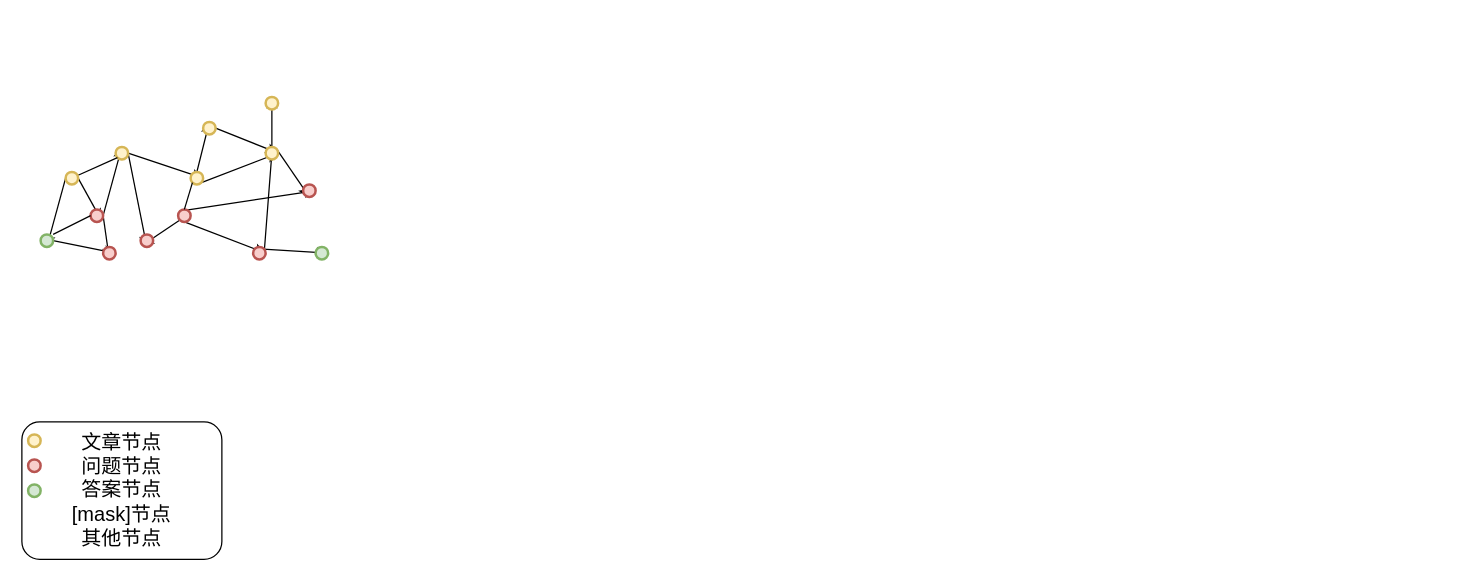
Earlier version of the draw.io diagram img/未命名绘图.drawio (Chenjingxue/ubiquitous-octo-garbanzo). Source tidied: cells renumbered, new cells numbered last; positions are measured from the earlier drawing's top-left corner, leaving out a move shared by most shapes. Both pictures are drawn from the tidied source at 125%, with x=0, y=0 at pixel (21, 96).
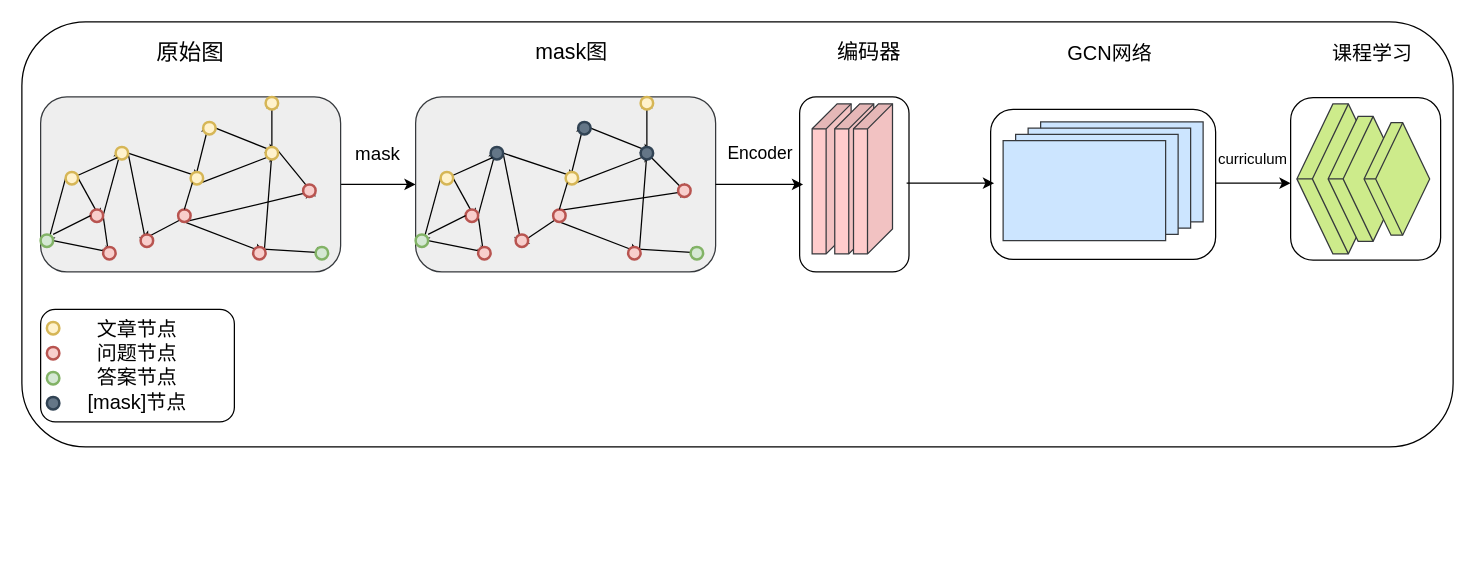
The same diagram, later.

Commit message:
更新未命名绘图.drawio

The change refers to these unchanged cells:
```xml
<mxCell id="16" style="strokeWidth=2;html=1;shape=mxgraph.flowchart.start_2;whiteSpace=wrap;fillColor=#f8cecc;strokeColor=#b85450;" parent="1" vertex="1">
  <mxGeometry x="125" y="90" width="10" height="10" as="geometry" />
</mxCell>
<mxCell id="31" style="strokeWidth=2;html=1;shape=mxgraph.flowchart.start_2;whiteSpace=wrap;fillColor=#fff2cc;strokeColor=#d6b656;" parent="1" vertex="1">
  <mxGeometry x="195" y="40" width="10" height="10" as="geometry" />
</mxCell>
<mxCell id="33" style="strokeWidth=2;html=1;shape=mxgraph.flowchart.start_2;whiteSpace=wrap;fillColor=#f8cecc;strokeColor=#b85450;" parent="1" vertex="1">
  <mxGeometry x="225" y="70" width="10" height="10" as="geometry" />
</mxCell>
<mxCell id="36" style="strokeWidth=2;html=1;shape=mxgraph.flowchart.start_2;whiteSpace=wrap;spacingRight=0;fillColor=#f8cecc;strokeColor=#b85450;" parent="1" vertex="1">
  <mxGeometry x="95" y="110" width="10" height="10" as="geometry" />
</mxCell>
```

The edit, as a diff of the source:
```diff
@@
+    <mxCell id="40" style="rounded=1;whiteSpace=wrap;html=1;" parent="1" vertex="1">
+      <mxGeometry y="-60" width="1145" height="340" as="geometry" />
+    </mxCell>
+    <mxCell id="41" style="rounded=1;whiteSpace=wrap;html=1;" parent="1" vertex="1">
+      <mxGeometry x="1015" y="0.6" width="120" height="130" as="geometry" />
+    </mxCell>
+    <mxCell id="42" style="rounded=1;whiteSpace=wrap;html=1;" parent="1" vertex="1">
+      <mxGeometry x="775" y="10" width="180" height="120" as="geometry" />
+    </mxCell>
+    <mxCell id="43" style="rounded=1;whiteSpace=wrap;html=1;" parent="1" vertex="1">
+      <mxGeometry x="622.2" width="87.5" height="140" as="geometry" />
+    </mxCell>
+    <mxCell id="44" style="edgeStyle=none;rounded=0;jettySize=auto;html=1;exitX=1;exitY=0.5;exitDx=0;exitDy=0;entryX=0;entryY=0.5;entryDx=0;entryDy=0;" parent="1" edge="1" source="45" target="47">
+      <mxGeometry relative="1" as="geometry" />
+    </mxCell>
+    <mxCell id="45" style="rounded=1;whiteSpace=wrap;html=1;fillColor=#eeeeee;strokeColor=#36393d;" parent="1" vertex="1">
+      <mxGeometry x="15" width="240" height="140" as="geometry" />
+    </mxCell>
-    <mxCell id="2" value="&lt;font style=&quot;font-size: 16px;&quot;&gt;文章节点&lt;br&gt;问题节点&lt;br&gt;答案节点&lt;br&gt;[mask]节点&lt;br&gt;其他节点&lt;/font&gt;" style="rounded=1;whiteSpace=wrap;html=1;arcSize=13;verticalAlign=top;align=center;" parent="1" vertex="1">
-      <mxGeometry y="260" width="160" height="110" as="geometry" />
+    <mxCell id="2" value="&lt;font style=&quot;font-size: 16px;&quot;&gt;文章节点&lt;br&gt;问题节点&lt;br&gt;答案节点&lt;br&gt;[mask]节点&lt;br&gt;&lt;br&gt;&lt;/font&gt;" style="rounded=1;whiteSpace=wrap;html=1;arcSize=13;verticalAlign=top;align=center;" parent="1" vertex="1">
+      <mxGeometry x="15" y="170" width="155" height="90" as="geometry" />
     </mxCell>
@@
-    <mxCell id="14" style="edgeStyle=none;rounded=0;jettySize=auto;html=1;exitX=0.145;exitY=0.145;exitDx=0;exitDy=0;exitPerimeter=0;entryX=1;entryY=0.5;entryDx=0;entryDy=0;entryPerimeter=0;" parent="1" edge="1" source="16" target="33">
-      <mxGeometry relative="1" as="geometry" />
-    </mxCell>
-    <mxCell id="15" style="edgeStyle=none;rounded=0;jettySize=auto;html=1;exitX=0.145;exitY=0.855;exitDx=0;exitDy=0;exitPerimeter=0;entryX=0.145;entryY=0.855;entryDx=0;entryDy=0;entryPerimeter=0;" parent="1" edge="1" source="16" target="36">
+    <mxCell id="15" style="edgeStyle=none;rounded=0;jettySize=auto;html=1;exitX=0.145;exitY=0.855;exitDx=0;exitDy=0;exitPerimeter=0;entryX=0;entryY=0.5;entryDx=0;entryDy=0;entryPerimeter=0;" parent="1" edge="1" source="16" target="36">
       <mxGeometry relative="1" as="geometry" />
     </mxCell>
+    <mxCell id="46" style="edgeStyle=none;rounded=0;jettySize=auto;html=1;exitX=0.5;exitY=1;exitDx=0;exitDy=0;exitPerimeter=0;" parent="1" edge="1" source="16">
+      <mxGeometry relative="1" as="geometry">
+        <mxPoint x="235" y="75" as="targetPoint" />
+      </mxGeometry>
+    </mxCell>
@@
-    <mxCell id="30" style="edgeStyle=none;rounded=0;jettySize=auto;html=1;exitX=0.855;exitY=0.145;exitDx=0;exitDy=0;exitPerimeter=0;entryX=0.5;entryY=1;entryDx=0;entryDy=0;entryPerimeter=0;" parent="1" edge="1" source="31" target="33">
-      <mxGeometry relative="1" as="geometry" />
+    <mxCell id="30" style="edgeStyle=none;rounded=0;jettySize=auto;html=1;exitX=0.855;exitY=0.145;exitDx=0;exitDy=0;exitPerimeter=0;" parent="1" edge="1" source="31">
+      <mxGeometry relative="1" as="geometry">
+        <mxPoint x="235" y="80" as="targetPoint" />
+      </mxGeometry>
     </mxCell>
@@
     <mxCell id="37" style="strokeWidth=2;html=1;shape=mxgraph.flowchart.start_2;whiteSpace=wrap;spacingRight=0;fillColor=#f8cecc;strokeColor=#b85450;" parent="1" vertex="1">
-      <mxGeometry x="5" y="290" width="10" height="10" as="geometry" />
+      <mxGeometry x="20" y="200" width="10" height="10" as="geometry" />
     </mxCell>
     <mxCell id="38" style="strokeWidth=2;html=1;shape=mxgraph.flowchart.start_2;whiteSpace=wrap;spacingRight=0;fillColor=#fff2cc;strokeColor=#d6b656;" parent="1" vertex="1">
-      <mxGeometry x="5" y="270" width="10" height="10" as="geometry" />
+      <mxGeometry x="20" y="180" width="10" height="10" as="geometry" />
     </mxCell>
     <mxCell id="39" style="strokeWidth=2;html=1;shape=mxgraph.flowchart.start_2;whiteSpace=wrap;spacingRight=0;fillColor=#d5e8d4;strokeColor=#82b366;" parent="1" vertex="1">
-      <mxGeometry x="5" y="310" width="10" height="10" as="geometry" />
+      <mxGeometry x="20" y="220" width="10" height="10" as="geometry" />
     </mxCell>
+    <mxCell id="47" style="rounded=1;whiteSpace=wrap;html=1;fillColor=#eeeeee;strokeColor=#36393d;" parent="1" vertex="1">
+      <mxGeometry x="315" width="240" height="140" as="geometry" />
+    </mxCell>
+    <mxCell id="48" style="edgeStyle=none;rounded=0;jettySize=auto;html=1;exitX=1;exitY=0.5;exitDx=0;exitDy=0;exitPerimeter=0;entryX=0.855;entryY=0.855;entryDx=0;entryDy=0;entryPerimeter=0;spacingRight=0;" parent="1" edge="1" source="80" target="52">
+      <mxGeometry relative="1" as="geometry" />
+    </mxCell>
+    <mxCell id="49" style="edgeStyle=none;rounded=0;jettySize=auto;html=1;exitX=0;exitY=0.5;exitDx=0;exitDy=0;exitPerimeter=0;entryX=0.5;entryY=1;entryDx=0;entryDy=0;entryPerimeter=0;spacingRight=0;" parent="1" edge="1" source="80" target="54">
+      <mxGeometry relative="1" as="geometry" />
+    </mxCell>
+    <mxCell id="50" style="edgeStyle=none;rounded=0;jettySize=auto;html=1;exitX=1;exitY=0.5;exitDx=0;exitDy=0;exitPerimeter=0;entryX=0.5;entryY=1;entryDx=0;entryDy=0;entryPerimeter=0;spacingRight=0;" parent="1" edge="1" source="52" target="67">
+      <mxGeometry relative="1" as="geometry" />
+    </mxCell>
+    <mxCell id="51" style="edgeStyle=none;rounded=0;jettySize=auto;html=1;exitX=1;exitY=0.5;exitDx=0;exitDy=0;exitPerimeter=0;entryX=0.5;entryY=0;entryDx=0;entryDy=0;entryPerimeter=0;" parent="1" edge="1" source="52" target="57">
+      <mxGeometry relative="1" as="geometry" />
+    </mxCell>
+    <mxCell id="52" style="strokeWidth=2;html=1;shape=mxgraph.flowchart.start_2;whiteSpace=wrap;spacingRight=0;fillColor=#f8cecc;strokeColor=#b85450;" parent="1" vertex="1">
+      <mxGeometry x="355" y="90" width="10" height="10" as="geometry" />
+    </mxCell>
+    <mxCell id="53" style="edgeStyle=none;rounded=0;jettySize=auto;html=1;exitX=1;exitY=0.5;exitDx=0;exitDy=0;exitPerimeter=0;entryX=1;entryY=0.5;entryDx=0;entryDy=0;entryPerimeter=0;spacingRight=0;" parent="1" edge="1" source="54" target="67">
+      <mxGeometry relative="1" as="geometry" />
+    </mxCell>
+    <mxCell id="54" style="strokeWidth=2;html=1;shape=mxgraph.flowchart.start_2;whiteSpace=wrap;spacingRight=0;fillColor=#d5e8d4;strokeColor=#82b366;" parent="1" vertex="1">
+      <mxGeometry x="315" y="110" width="10" height="10" as="geometry" />
+    </mxCell>
+    <mxCell id="55" style="edgeStyle=none;rounded=0;jettySize=auto;html=1;exitX=1;exitY=0.5;exitDx=0;exitDy=0;exitPerimeter=0;entryX=1;entryY=0.5;entryDx=0;entryDy=0;entryPerimeter=0;" parent="1" edge="1" source="57" target="64">
+      <mxGeometry relative="1" as="geometry" />
+    </mxCell>
+    <mxCell id="56" style="edgeStyle=none;rounded=0;jettySize=auto;html=1;exitX=1;exitY=0.5;exitDx=0;exitDy=0;exitPerimeter=0;entryX=0.5;entryY=1;entryDx=0;entryDy=0;entryPerimeter=0;" parent="1" edge="1" source="57" target="81">
+      <mxGeometry relative="1" as="geometry" />
+    </mxCell>
+    <mxCell id="57" style="strokeWidth=2;html=1;shape=mxgraph.flowchart.start_2;whiteSpace=wrap;spacingRight=0;fillColor=#647687;strokeColor=#314354;fontColor=#ffffff;" parent="1" vertex="1">
+      <mxGeometry x="375" y="40" width="10" height="10" as="geometry" />
+    </mxCell>
+    <mxCell id="58" style="edgeStyle=none;rounded=0;jettySize=auto;html=1;exitX=0.5;exitY=1;exitDx=0;exitDy=0;exitPerimeter=0;entryX=1;entryY=0.5;entryDx=0;entryDy=0;entryPerimeter=0;" parent="1" edge="1" source="61" target="73">
+      <mxGeometry relative="1" as="geometry" />
+    </mxCell>
+    <mxCell id="59" style="edgeStyle=none;rounded=0;jettySize=auto;html=1;exitX=0.145;exitY=0.855;exitDx=0;exitDy=0;exitPerimeter=0;entryX=0.145;entryY=0.855;entryDx=0;entryDy=0;entryPerimeter=0;" parent="1" edge="1" source="61" target="81">
+      <mxGeometry relative="1" as="geometry" />
+    </mxCell>
+    <mxCell id="60" style="edgeStyle=none;rounded=0;jettySize=auto;html=1;exitX=0.145;exitY=0.145;exitDx=0;exitDy=0;exitPerimeter=0;entryX=1;entryY=0.5;entryDx=0;entryDy=0;entryPerimeter=0;" parent="1" edge="1" source="61" target="78">
+      <mxGeometry relative="1" as="geometry" />
+    </mxCell>
+    <mxCell id="61" style="strokeWidth=2;html=1;shape=mxgraph.flowchart.start_2;whiteSpace=wrap;fillColor=#f8cecc;strokeColor=#b85450;" parent="1" vertex="1">
+      <mxGeometry x="425" y="90" width="10" height="10" as="geometry" />
+    </mxCell>
+    <mxCell id="62" style="edgeStyle=none;rounded=0;jettySize=auto;html=1;exitX=0.5;exitY=0;exitDx=0;exitDy=0;exitPerimeter=0;entryX=0.5;entryY=0;entryDx=0;entryDy=0;entryPerimeter=0;" parent="1" edge="1" source="64" target="66">
+      <mxGeometry relative="1" as="geometry" />
+    </mxCell>
+    <mxCell id="63" style="edgeStyle=none;rounded=0;jettySize=auto;html=1;exitX=0.5;exitY=1;exitDx=0;exitDy=0;exitPerimeter=0;entryX=1;entryY=0.5;entryDx=0;entryDy=0;entryPerimeter=0;" parent="1" edge="1" source="64" target="76">
+      <mxGeometry relative="1" as="geometry" />
+    </mxCell>
+    <mxCell id="64" style="strokeWidth=2;html=1;shape=mxgraph.flowchart.start_2;whiteSpace=wrap;fillColor=#fff2cc;strokeColor=#d6b656;" parent="1" vertex="1">
+      <mxGeometry x="435" y="60" width="10" height="10" as="geometry" />
+    </mxCell>
+    <mxCell id="65" style="edgeStyle=none;rounded=0;jettySize=auto;html=1;exitX=1;exitY=0.5;exitDx=0;exitDy=0;exitPerimeter=0;entryX=1;entryY=0.5;entryDx=0;entryDy=0;entryPerimeter=0;" parent="1" edge="1" source="66" target="76">
+      <mxGeometry relative="1" as="geometry" />
+    </mxCell>
+    <mxCell id="66" style="strokeWidth=2;html=1;shape=mxgraph.flowchart.start_2;whiteSpace=wrap;fillColor=#647687;strokeColor=#314354;fontColor=#ffffff;" parent="1" vertex="1">
+      <mxGeometry x="445" y="20" width="10" height="10" as="geometry" />
+    </mxCell>
+    <mxCell id="67" style="strokeWidth=2;html=1;shape=mxgraph.flowchart.start_2;whiteSpace=wrap;spacingRight=0;fillColor=#f8cecc;strokeColor=#b85450;" parent="1" vertex="1">
+      <mxGeometry x="365" y="120" width="10" height="10" as="geometry" />
+    </mxCell>
+    <mxCell id="68" style="endArrow=none;html=1;rounded=0;entryX=0.145;entryY=0.855;entryDx=0;entryDy=0;entryPerimeter=0;spacingRight=0;" parent="1" edge="1" source="80" target="57">
+      <mxGeometry relative="1" as="geometry" />
+    </mxCell>
+    <mxCell id="69" style="endArrow=none;html=1;rounded=0;entryX=0;entryY=0.5;entryDx=0;entryDy=0;entryPerimeter=0;spacingRight=0;" parent="1" edge="1" target="52">
+      <mxGeometry relative="1" as="geometry">
+        <mxPoint x="325" y="110" as="sourcePoint" />
+      </mxGeometry>
+    </mxCell>
+    <mxCell id="70" style="endArrow=none;html=1;rounded=0;entryX=0.145;entryY=0.855;entryDx=0;entryDy=0;entryPerimeter=0;exitX=0.5;exitY=0;exitDx=0;exitDy=0;exitPerimeter=0;" parent="1" edge="1" source="61" target="64">
+      <mxGeometry relative="1" as="geometry">
+        <Array as="points">
+          <mxPoint x="430" y="90" />
+        </Array>
+      </mxGeometry>
+    </mxCell>
+    <mxCell id="71" style="edgeStyle=none;rounded=0;jettySize=auto;html=1;exitX=0.855;exitY=0.855;exitDx=0;exitDy=0;exitPerimeter=0;entryX=0.855;entryY=0.145;entryDx=0;entryDy=0;entryPerimeter=0;" parent="1" edge="1" source="73" target="76">
+      <mxGeometry relative="1" as="geometry">
+        <Array as="points">
+          <mxPoint x="500" y="45" />
+        </Array>
+      </mxGeometry>
+    </mxCell>
+    <mxCell id="72" style="edgeStyle=none;rounded=0;jettySize=auto;html=1;exitX=0.145;exitY=0.145;exitDx=0;exitDy=0;exitPerimeter=0;entryX=1;entryY=0.5;entryDx=0;entryDy=0;entryPerimeter=0;" parent="1" edge="1" source="73" target="79">
+      <mxGeometry relative="1" as="geometry" />
+    </mxCell>
+    <mxCell id="73" style="strokeWidth=2;html=1;shape=mxgraph.flowchart.start_2;whiteSpace=wrap;fillColor=#f8cecc;strokeColor=#b85450;" parent="1" vertex="1">
+      <mxGeometry x="485" y="120" width="10" height="10" as="geometry" />
+    </mxCell>
+    <mxCell id="74" style="edgeStyle=none;rounded=0;jettySize=auto;html=1;exitX=0.5;exitY=0;exitDx=0;exitDy=0;exitPerimeter=0;entryX=0.5;entryY=0;entryDx=0;entryDy=0;entryPerimeter=0;" parent="1" edge="1" source="76" target="77">
+      <mxGeometry relative="1" as="geometry" />
+    </mxCell>
+    <mxCell id="75" style="edgeStyle=none;rounded=0;jettySize=auto;html=1;exitX=0.855;exitY=0.855;exitDx=0;exitDy=0;exitPerimeter=0;entryX=0.855;entryY=0.855;entryDx=0;entryDy=0;entryPerimeter=0;" parent="1" edge="1" source="76" target="78">
+      <mxGeometry relative="1" as="geometry" />
+    </mxCell>
+    <mxCell id="76" style="strokeWidth=2;html=1;shape=mxgraph.flowchart.start_2;whiteSpace=wrap;fillColor=#647687;strokeColor=#314354;fontColor=#ffffff;" parent="1" vertex="1">
+      <mxGeometry x="495" y="40" width="10" height="10" as="geometry" />
+    </mxCell>
+    <mxCell id="77" style="strokeWidth=2;html=1;shape=mxgraph.flowchart.start_2;whiteSpace=wrap;fillColor=#fff2cc;strokeColor=#d6b656;" parent="1" vertex="1">
+      <mxGeometry x="495" width="10" height="10" as="geometry" />
+    </mxCell>
+    <mxCell id="78" style="strokeWidth=2;html=1;shape=mxgraph.flowchart.start_2;whiteSpace=wrap;fillColor=#f8cecc;strokeColor=#b85450;" parent="1" vertex="1">
+      <mxGeometry x="525" y="70" width="10" height="10" as="geometry" />
+    </mxCell>
+    <mxCell id="79" style="strokeWidth=2;html=1;shape=mxgraph.flowchart.start_2;whiteSpace=wrap;fillColor=#d5e8d4;strokeColor=#82b366;" parent="1" vertex="1">
+      <mxGeometry x="535" y="120" width="10" height="10" as="geometry" />
+    </mxCell>
+    <mxCell id="80" style="strokeWidth=2;html=1;shape=mxgraph.flowchart.start_2;whiteSpace=wrap;spacingRight=0;fillColor=#fff2cc;strokeColor=#d6b656;" parent="1" vertex="1">
+      <mxGeometry x="335" y="60" width="10" height="10" as="geometry" />
+    </mxCell>
+    <mxCell id="81" style="strokeWidth=2;html=1;shape=mxgraph.flowchart.start_2;whiteSpace=wrap;spacingRight=0;fillColor=#f8cecc;strokeColor=#b85450;" parent="1" vertex="1">
+      <mxGeometry x="395" y="110" width="10" height="10" as="geometry" />
+    </mxCell>
+    <mxCell id="82" style="strokeWidth=2;html=1;shape=mxgraph.flowchart.start_2;whiteSpace=wrap;spacingRight=0;fillColor=#647687;strokeColor=#314354;fontColor=#ffffff;" parent="1" vertex="1">
+      <mxGeometry x="20" y="240" width="10" height="10" as="geometry" />
+    </mxCell>
+    <mxCell id="83" style="edgeStyle=none;rounded=0;jettySize=auto;html=1;exitX=1;exitY=0.5;exitDx=0;exitDy=0;" parent="1" edge="1" source="47">
+      <mxGeometry relative="1" as="geometry">
+        <mxPoint x="625" y="70" as="targetPoint" />
+      </mxGeometry>
+    </mxCell>
+    <mxCell id="84" style="shape=cube;whiteSpace=wrap;html=1;boundedLbl=1;backgroundOutline=1;darkOpacity=0.05;darkOpacity2=0.1;rotation=90;fillColor=#ffcccc;strokeColor=#36393d;" parent="1" vertex="1">
+      <mxGeometry x="587.8" y="50" width="120" height="31.2" as="geometry" />
+    </mxCell>
+    <mxCell id="85" style="shape=cube;whiteSpace=wrap;html=1;boundedLbl=1;backgroundOutline=1;darkOpacity=0.05;darkOpacity2=0.1;rotation=90;fillColor=#ffcccc;strokeColor=#36393d;" parent="1" vertex="1">
+      <mxGeometry x="605.9" y="50" width="120" height="31.2" as="geometry" />
+    </mxCell>
+    <mxCell id="86" style="shape=cube;whiteSpace=wrap;html=1;boundedLbl=1;backgroundOutline=1;darkOpacity=0.05;darkOpacity2=0.1;rotation=90;fillColor=#ffcccc;strokeColor=#36393d;" parent="1" vertex="1">
+      <mxGeometry x="620.9" y="50" width="120" height="31.2" as="geometry" />
+    </mxCell>
+    <mxCell id="87" value="mask" style="text;strokeColor=none;align=center;fillColor=none;html=1;verticalAlign=middle;whiteSpace=wrap;rounded=0;fontSize=15;" parent="1" vertex="1">
+      <mxGeometry x="255" y="30" width="60" height="30" as="geometry" />
+    </mxCell>
+    <mxCell id="88" value="Encoder" style="text;strokeColor=none;align=center;fillColor=none;html=1;verticalAlign=middle;whiteSpace=wrap;rounded=0;fontSize=14;" parent="1" vertex="1">
+      <mxGeometry x="560.6" y="30" width="60" height="30" as="geometry" />
+    </mxCell>
+    <mxCell id="89" value="原始图" style="text;strokeColor=none;align=center;fillColor=none;html=1;verticalAlign=middle;whiteSpace=wrap;rounded=0;fontSize=18;" parent="1" vertex="1">
+      <mxGeometry x="105" y="-50" width="60" height="30" as="geometry" />
+    </mxCell>
+    <mxCell id="90" value="mask图" style="text;strokeColor=none;align=center;fillColor=none;html=1;verticalAlign=middle;whiteSpace=wrap;rounded=0;fontSize=17;" parent="1" vertex="1">
+      <mxGeometry x="410" y="-50" width="60" height="30" as="geometry" />
+    </mxCell>
+    <mxCell id="91" value="编码器" style="text;strokeColor=none;align=center;fillColor=none;html=1;verticalAlign=middle;whiteSpace=wrap;rounded=0;fontSize=17;" parent="1" vertex="1">
+      <mxGeometry x="648.1" y="-50" width="60" height="30" as="geometry" />
+    </mxCell>
+    <mxCell id="92" style="verticalLabelPosition=bottom;verticalAlign=top;html=1;shape=mxgraph.basic.rect;fillColor2=none;strokeWidth=1;size=20;indent=5;fillColor=#cce5ff;strokeColor=#36393d;" parent="1" vertex="1">
+      <mxGeometry x="815" y="20" width="130" height="80" as="geometry" />
+    </mxCell>
+    <mxCell id="93" style="verticalLabelPosition=bottom;verticalAlign=top;html=1;shape=mxgraph.basic.rect;fillColor2=none;strokeWidth=1;size=20;indent=5;fillColor=#cce5ff;strokeColor=#36393d;" parent="1" vertex="1">
+      <mxGeometry x="805" y="25" width="130" height="80" as="geometry" />
+    </mxCell>
+    <mxCell id="94" style="verticalLabelPosition=bottom;verticalAlign=top;html=1;shape=mxgraph.basic.rect;fillColor2=none;strokeWidth=1;size=20;indent=5;fillColor=#cce5ff;strokeColor=#36393d;" parent="1" vertex="1">
+      <mxGeometry x="795" y="30" width="130" height="80" as="geometry" />
+    </mxCell>
+    <mxCell id="95" style="verticalLabelPosition=bottom;verticalAlign=top;html=1;shape=mxgraph.basic.rect;fillColor2=none;strokeWidth=1;size=20;indent=5;fillColor=#cce5ff;strokeColor=#36393d;" parent="1" vertex="1">
+      <mxGeometry x="785" y="35" width="130" height="80" as="geometry" />
+    </mxCell>
+    <mxCell id="96" style="edgeStyle=none;rounded=0;orthogonalLoop=1;jettySize=auto;html=1;exitX=1;exitY=0.5;exitDx=0;exitDy=0;" parent="1" edge="1">
+      <mxGeometry relative="1" as="geometry">
+        <mxPoint x="707.8" y="69" as="sourcePoint" />
+        <mxPoint x="777.8" y="69" as="targetPoint" />
+      </mxGeometry>
+    </mxCell>
+    <mxCell id="97" value="&lt;span style=&quot;white-space: pre; font-size: 16px;&quot;&gt;&#9;&lt;/span&gt;&lt;span style=&quot;white-space: pre; font-size: 16px;&quot;&gt;&#9;&lt;/span&gt;GCN网络" style="text;strokeColor=none;align=center;fillColor=none;html=1;verticalAlign=middle;whiteSpace=wrap;rounded=0;fontSize=16;" parent="1" vertex="1">
+      <mxGeometry x="755" y="-50" width="160" height="30" as="geometry" />
+    </mxCell>
+    <mxCell id="98" style="html=1;whiteSpace=wrap;shape=isoCube2;backgroundOutline=1;isoAngle=15;rotation=90;fillColor=#cdeb8b;strokeColor=#36393d;" parent="1" vertex="1">
+      <mxGeometry x="995" y="30.6" width="120" height="70" as="geometry" />
+    </mxCell>
+    <mxCell id="99" style="html=1;whiteSpace=wrap;shape=isoCube2;backgroundOutline=1;isoAngle=15;rotation=90;fillColor=#cdeb8b;strokeColor=#36393d;" parent="1" vertex="1">
+      <mxGeometry x="1025" y="35.6" width="100" height="60" as="geometry" />
+    </mxCell>
+    <mxCell id="100" style="html=1;whiteSpace=wrap;shape=isoCube2;backgroundOutline=1;isoAngle=15;rotation=90;fillColor=#cdeb8b;strokeColor=#36393d;" parent="1" vertex="1">
+      <mxGeometry x="1055" y="39.4" width="90" height="52.5" as="geometry" />
+    </mxCell>
+    <mxCell id="101" style="edgeStyle=none;rounded=0;orthogonalLoop=1;jettySize=auto;html=1;exitX=1;exitY=0.5;exitDx=0;exitDy=0;entryX=0;entryY=0.5;entryDx=0;entryDy=0;" parent="1" edge="1">
+      <mxGeometry relative="1" as="geometry">
+        <mxPoint x="955" y="69" as="sourcePoint" />
+        <mxPoint x="1015" y="69" as="targetPoint" />
+      </mxGeometry>
+    </mxCell>
+    <mxCell id="102" value="&lt;span style=&quot;white-space: pre; font-size: 16px;&quot;&gt;&#9;&lt;/span&gt;&lt;span style=&quot;white-space: pre; font-size: 16px;&quot;&gt;&#9;&lt;/span&gt;课程学习" style="text;strokeColor=none;align=center;fillColor=none;html=1;verticalAlign=middle;whiteSpace=wrap;rounded=0;fontSize=16;" parent="1" vertex="1">
+      <mxGeometry x="965" y="-50" width="160" height="30" as="geometry" />
+    </mxCell>
+    <mxCell id="103" value="curriculum" style="text;strokeColor=none;align=center;fillColor=none;html=1;verticalAlign=middle;whiteSpace=wrap;rounded=0;fontSize=12;" parent="1" vertex="1">
+      <mxGeometry x="965" y="40" width="40" height="20" as="geometry" />
+    </mxCell>
```
